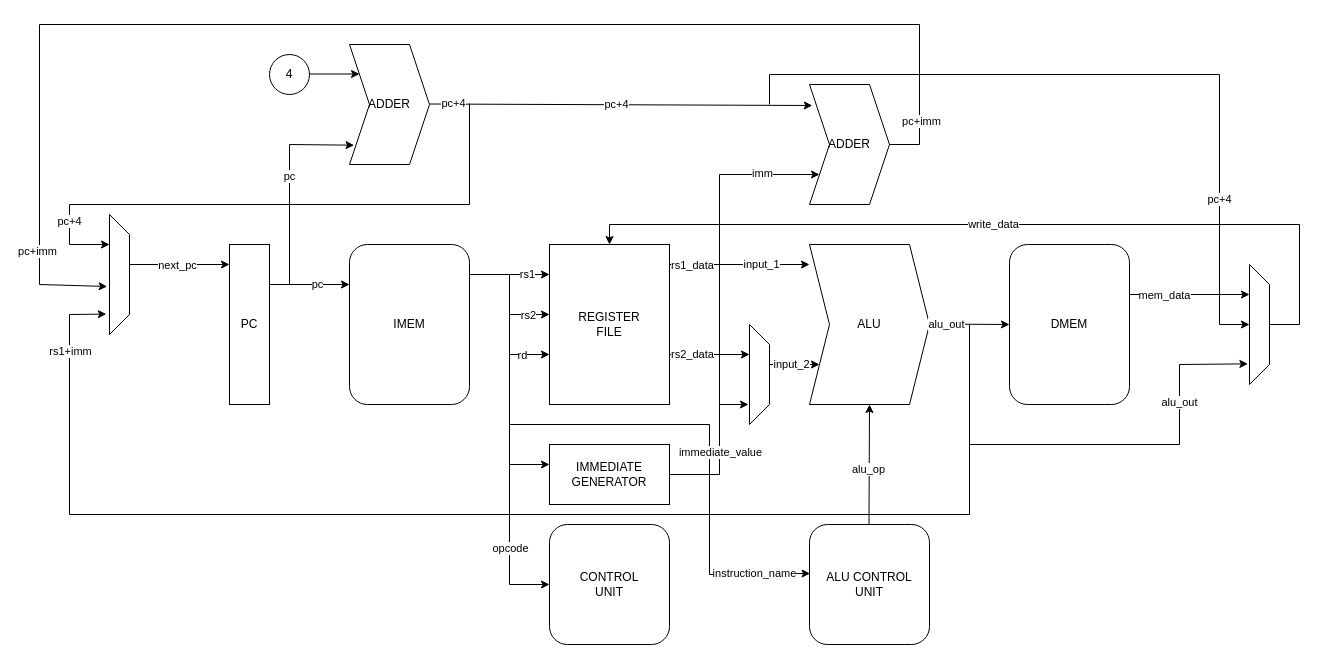
qazihamidullah/RISC-V-Processor keeps this draw.io diagram as docs/images/RISC-V-Processor.drawio. Above is the earlier version. Source tidied: cells renumbered, new cells numbered last; positions are measured from the earlier drawing's top-left corner, leaving out a move shared by most shapes. Both pictures are drawn from the tidied source at 100%, with x=0, y=0 at pixel (39, 24).
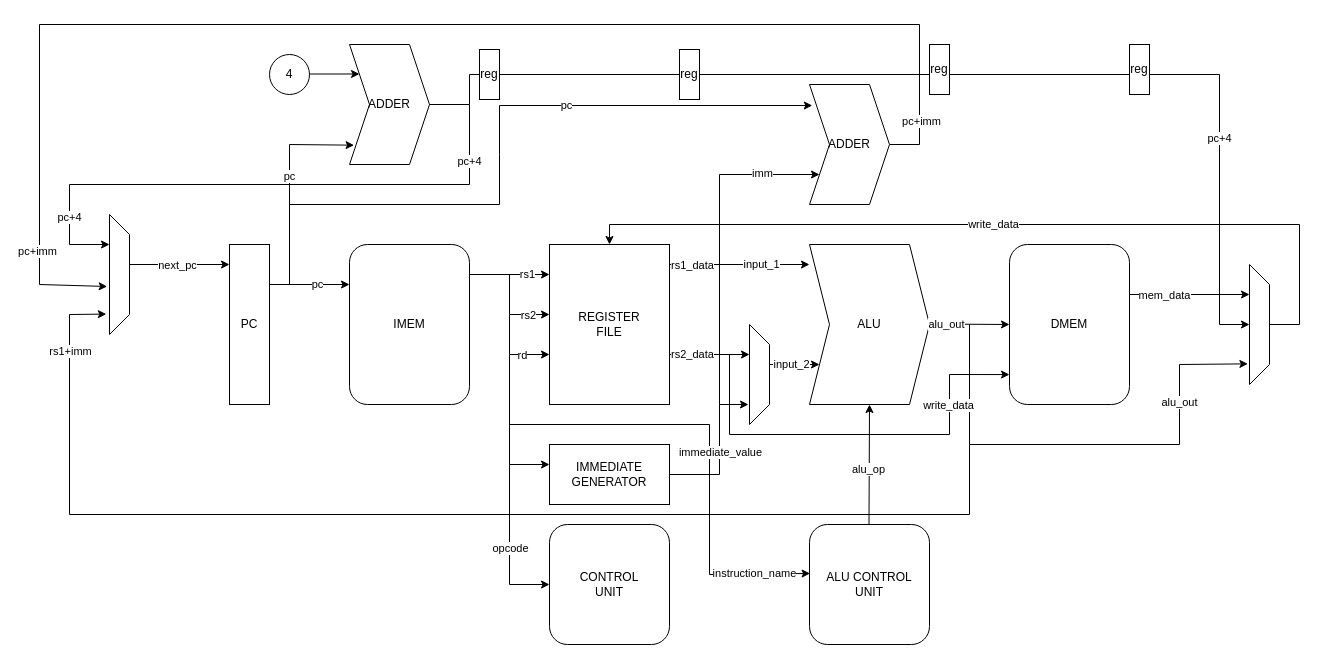
The same diagram, later.

The change refers to these unchanged cells:
```xml
<mxCell id="12" value="DMEM" style="rounded=1;whiteSpace=wrap;html=1;" parent="1" vertex="1">
  <mxGeometry x="970" y="220" width="120" height="160" as="geometry" />
</mxCell>
<mxCell id="13" value="ADDER" style="shape=step;perimeter=stepPerimeter;whiteSpace=wrap;html=1;fixedSize=1;" parent="1" vertex="1">
  <mxGeometry x="310" y="20" width="80" height="120" as="geometry" />
</mxCell>
<mxCell id="14" value="ADDER" style="shape=step;perimeter=stepPerimeter;whiteSpace=wrap;html=1;fixedSize=1;" parent="1" vertex="1">
  <mxGeometry x="770" y="60" width="80" height="120" as="geometry" />
</mxCell>
<mxCell id="15" style="shape=trapezoid;perimeter=trapezoidPerimeter;whiteSpace=wrap;html=1;fixedSize=1;rotation=90;" parent="1" vertex="1">
  <mxGeometry x="1160" y="290" width="120" height="20" as="geometry" />
</mxCell>
<mxCell id="54" style="shape=trapezoid;perimeter=trapezoidPerimeter;whiteSpace=wrap;html=1;fixedSize=1;rotation=90;" parent="1" vertex="1">
  <mxGeometry x="20" y="240" width="120" height="20" as="geometry" />
</mxCell>
```

Change to the diagram source:
```diff
@@
     <mxCell id="47" style="endArrow=classic;html=1;rounded=0;entryX=0.035;entryY=0.175;entryDx=0;entryDy=0;entryPerimeter=0;" parent="1" edge="1" target="14">
       <mxGeometry relative="1" as="geometry">
-        <mxPoint x="390" y="79.5" as="sourcePoint" />
+        <mxPoint x="250" y="180" as="sourcePoint" />
+        <Array as="points">
+          <mxPoint x="460" y="180" />
+          <mxPoint x="460" y="130" />
+          <mxPoint x="460" y="81" />
+        </Array>
       </mxGeometry>
     </mxCell>
-    <mxCell id="48" value="pc+4" style="edgeLabel;html=1;align=center;verticalAlign=middle;" parent="47" vertex="1">
-      <mxGeometry x="-0.88" y="1" relative="1" as="geometry" />
-    </mxCell>
-    <mxCell id="49" value="pc+4" style="edgeLabel;html=1;align=center;verticalAlign=middle;" parent="47" vertex="1">
+    <mxCell id="49" value="pc" style="edgeLabel;html=1;align=center;verticalAlign=middle;" parent="47" vertex="1">
       <mxGeometry x="0.58" y="1" relative="1" as="geometry">
         <mxPoint x="-116" as="offset" />
       </mxGeometry>
     </mxCell>
@@
-    <mxCell id="57" style="endArrow=classic;html=1;rounded=0;entryX=0.25;entryY=1;entryDx=0;entryDy=0;" parent="1" edge="1" target="54">
+    <mxCell id="57" style="endArrow=classic;html=1;rounded=0;entryX=0.25;entryY=1;entryDx=0;entryDy=0;exitX=1;exitY=0.5;exitDx=0;exitDy=0;" parent="1" edge="1" source="13" target="54">
       <mxGeometry relative="1" as="geometry">
-        <mxPoint x="430" y="79" as="sourcePoint" />
         <Array as="points">
-          <mxPoint x="430" y="180" />
-          <mxPoint x="30" y="180" />
+          <mxPoint x="430" y="80" />
+          <mxPoint x="430" y="160" />
+          <mxPoint x="30" y="160" />
           <mxPoint x="30" y="220" />
         </Array>
       </mxGeometry>
     </mxCell>
@@
+    <mxCell id="48" value="pc+4" style="edgeLabel;html=1;align=center;verticalAlign=middle;" parent="57" vertex="1">
+      <mxGeometry x="-0.69" y="-1" relative="1" as="geometry" />
+    </mxCell>
@@
     <mxCell id="64" style="endArrow=classic;html=1;rounded=0;entryX=0.5;entryY=1;entryDx=0;entryDy=0;" parent="1" edge="1" target="15">
       <mxGeometry relative="1" as="geometry">
-        <mxPoint x="730" y="80" as="sourcePoint" />
+        <mxPoint x="430" y="80" as="sourcePoint" />
         <Array as="points">
-          <mxPoint x="730" y="50" />
+          <mxPoint x="430" y="50" />
           <mxPoint x="1180" y="50" />
           <mxPoint x="1180" y="300" />
         </Array>
       </mxGeometry>
     </mxCell>
@@
+    <mxCell id="68" style="endArrow=classic;html=1;rounded=0;entryX=0;entryY=0.813;entryDx=0;entryDy=0;entryPerimeter=0;" parent="1" edge="1" target="12">
+      <mxGeometry relative="1" as="geometry">
+        <mxPoint x="690" y="330" as="sourcePoint" />
+        <Array as="points">
+          <mxPoint x="690" y="410" />
+          <mxPoint x="910" y="410" />
+          <mxPoint x="910" y="350" />
+        </Array>
+      </mxGeometry>
+    </mxCell>
+    <mxCell id="69" value="write_data" style="edgeLabel;html=1;align=center;verticalAlign=middle;" parent="68" vertex="1">
+      <mxGeometry x="0.57" y="2" relative="1" as="geometry" />
+    </mxCell>
+    <mxCell id="70" value="reg" style="rounded=0;whiteSpace=wrap;html=1;" parent="1" vertex="1">
+      <mxGeometry x="440" y="25" width="20" height="50" as="geometry" />
+    </mxCell>
+    <mxCell id="71" value="reg" style="rounded=0;whiteSpace=wrap;html=1;" parent="1" vertex="1">
+      <mxGeometry x="640" y="25" width="20" height="50" as="geometry" />
+    </mxCell>
+    <mxCell id="72" value="reg" style="rounded=0;whiteSpace=wrap;html=1;" parent="1" vertex="1">
+      <mxGeometry x="890" y="20" width="20" height="50" as="geometry" />
+    </mxCell>
+    <mxCell id="73" value="reg" style="rounded=0;whiteSpace=wrap;html=1;" parent="1" vertex="1">
+      <mxGeometry x="1090" y="20" width="20" height="50" as="geometry" />
+    </mxCell>
```
